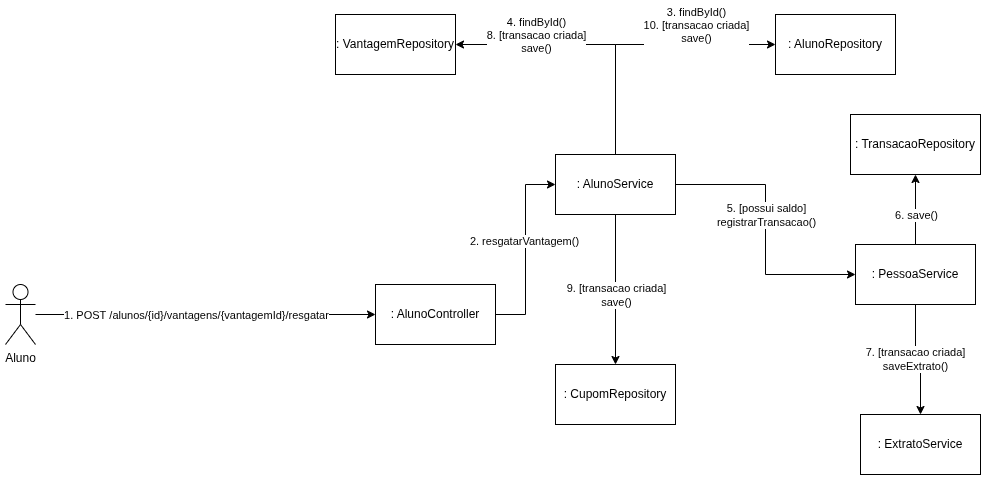
hegdt/lds-3 keeps this draw.io diagram as project/img/comm-troca-vant.drawio.png. Above is the earlier version. Source tidied: cells renumbered, new cells last; positions are measured from the earlier drawing's top-left corner, leaving out a move shared by most shapes. The source it was exported from:
```xml
<mxGraphModel>
  <root>
    <mxCell id="0" />
    <mxCell id="1" parent="0" />
    <mxCell id="2" style="edgeStyle=orthogonalEdgeStyle;rounded=0;jettySize=auto;html=1;entryX=0;entryY=0.5;entryDx=0;entryDy=0;strokeColor=default;endArrow=classic;startFill=0;endFill=1;" parent="1" edge="1" source="4" target="7">
      <mxGeometry relative="1" as="geometry" />
    </mxCell>
    <mxCell id="3" value="1. POST&amp;nbsp;/alunos/{id}/vantagens/{vantagemId}/resgatar" style="edgeLabel;html=1;align=center;verticalAlign=middle;" parent="2" vertex="1">
      <mxGeometry x="-0.23" relative="1" as="geometry">
        <mxPoint x="29" as="offset" />
      </mxGeometry>
    </mxCell>
    <mxCell id="4" value="Aluno" style="shape=umlActor;verticalLabelPosition=bottom;verticalAlign=top;html=1;outlineConnect=0;" parent="1" vertex="1">
      <mxGeometry y="270" width="30" height="60" as="geometry" />
    </mxCell>
    <mxCell id="5" style="edgeStyle=orthogonalEdgeStyle;rounded=0;jettySize=auto;html=1;entryX=0;entryY=0.5;entryDx=0;entryDy=0;endArrow=classic;startFill=0;endFill=1;" parent="1" edge="1" source="7" target="20">
      <mxGeometry relative="1" as="geometry" />
    </mxCell>
    <mxCell id="6" value="2. resgatarVantagem()" style="edgeLabel;html=1;align=center;verticalAlign=middle;" parent="5" vertex="1">
      <mxGeometry x="0.09" y="2" relative="1" as="geometry" />
    </mxCell>
    <mxCell id="7" value=": AlunoController" style="rounded=0;whiteSpace=wrap;html=1;" parent="1" vertex="1">
      <mxGeometry x="370" y="270" width="120" height="60" as="geometry" />
    </mxCell>
    <mxCell id="8" style="edgeStyle=orthogonalEdgeStyle;rounded=0;jettySize=auto;html=1;entryX=1;entryY=0.5;entryDx=0;entryDy=0;exitX=0.5;exitY=0;exitDx=0;exitDy=0;" parent="1" edge="1" source="20" target="21">
      <mxGeometry relative="1" as="geometry" />
    </mxCell>
    <mxCell id="9" value="4. findById()&lt;div&gt;8. [transacao criada]&lt;/div&gt;&lt;div&gt;save()&lt;/div&gt;" style="edgeLabel;html=1;align=center;verticalAlign=middle;" parent="8" vertex="1">
      <mxGeometry x="0.32" y="-1" relative="1" as="geometry">
        <mxPoint x="-12" y="-9" as="offset" />
      </mxGeometry>
    </mxCell>
    <mxCell id="10" style="edgeStyle=orthogonalEdgeStyle;rounded=0;jettySize=auto;html=1;entryX=0;entryY=0.5;entryDx=0;entryDy=0;exitX=0.5;exitY=0;exitDx=0;exitDy=0;" parent="1" edge="1" source="20" target="22">
      <mxGeometry relative="1" as="geometry" />
    </mxCell>
    <mxCell id="11" value="3. findById()&lt;div&gt;10. [transacao criada]&lt;/div&gt;&lt;div&gt;save()&lt;/div&gt;" style="edgeLabel;html=1;align=center;verticalAlign=middle;" parent="10" vertex="1">
      <mxGeometry x="-0.31" relative="1" as="geometry">
        <mxPoint x="80" y="-37" as="offset" />
      </mxGeometry>
    </mxCell>
    <mxCell id="12" style="edgeStyle=orthogonalEdgeStyle;rounded=0;jettySize=auto;html=1;entryX=0.5;entryY=1;entryDx=0;entryDy=0;exitX=0.5;exitY=0;exitDx=0;exitDy=0;" parent="1" edge="1" source="25" target="24">
      <mxGeometry relative="1" as="geometry" />
    </mxCell>
    <mxCell id="13" value="6.&amp;nbsp;&lt;span style=&quot;background-color: light-dark(#ffffff, var(--ge-dark-color, #121212)); color: light-dark(rgb(0, 0, 0), rgb(255, 255, 255));&quot;&gt;save()&lt;/span&gt;" style="edgeLabel;html=1;align=center;verticalAlign=middle;" parent="12" vertex="1">
      <mxGeometry x="-0.43" y="-1" relative="1" as="geometry">
        <mxPoint x="-1" y="-10" as="offset" />
      </mxGeometry>
    </mxCell>
    <mxCell id="14" style="edgeStyle=orthogonalEdgeStyle;rounded=0;jettySize=auto;html=1;entryX=0.5;entryY=0;entryDx=0;entryDy=0;exitX=0.5;exitY=1;exitDx=0;exitDy=0;" parent="1" edge="1" source="25" target="23">
      <mxGeometry relative="1" as="geometry" />
    </mxCell>
    <mxCell id="15" value="7. [transacao criada]&lt;div&gt;saveExtrato()&lt;/div&gt;" style="edgeLabel;html=1;align=center;verticalAlign=middle;" parent="14" vertex="1">
      <mxGeometry x="-0.05" y="-1" relative="1" as="geometry" />
    </mxCell>
    <mxCell id="16" style="edgeStyle=orthogonalEdgeStyle;rounded=0;jettySize=auto;html=1;entryX=0;entryY=0.5;entryDx=0;entryDy=0;" parent="1" edge="1" source="20" target="25">
      <mxGeometry relative="1" as="geometry" />
    </mxCell>
    <mxCell id="17" value="5. [possui saldo]&lt;div&gt;registrarTransacao()&lt;/div&gt;" style="edgeLabel;html=1;align=center;verticalAlign=middle;" parent="16" vertex="1">
      <mxGeometry x="-0.26" y="-2" relative="1" as="geometry">
        <mxPoint x="2" y="20" as="offset" />
      </mxGeometry>
    </mxCell>
    <mxCell id="18" style="edgeStyle=orthogonalEdgeStyle;rounded=0;jettySize=auto;html=1;entryX=0.5;entryY=0;entryDx=0;entryDy=0;" parent="1" edge="1" source="20" target="26">
      <mxGeometry relative="1" as="geometry" />
    </mxCell>
    <mxCell id="19" value="9. [transacao criada]&lt;div&gt;save()&lt;/div&gt;" style="edgeLabel;html=1;align=center;verticalAlign=middle;" parent="18" vertex="1">
      <mxGeometry x="-0.17" y="-2" relative="1" as="geometry">
        <mxPoint x="2" y="18" as="offset" />
      </mxGeometry>
    </mxCell>
    <mxCell id="20" value=": AlunoService" style="rounded=0;whiteSpace=wrap;html=1;" parent="1" vertex="1">
      <mxGeometry x="550" y="140" width="120" height="60" as="geometry" />
    </mxCell>
    <mxCell id="21" value=": VantagemRepository" style="rounded=0;whiteSpace=wrap;html=1;" parent="1" vertex="1">
      <mxGeometry x="330" width="120" height="60" as="geometry" />
    </mxCell>
    <mxCell id="22" value=": Aluno&lt;span style=&quot;background-color: transparent; color: light-dark(rgb(0, 0, 0), rgb(255, 255, 255));&quot;&gt;Repository&lt;/span&gt;" style="rounded=0;whiteSpace=wrap;html=1;" parent="1" vertex="1">
      <mxGeometry x="770" width="120" height="60" as="geometry" />
    </mxCell>
    <mxCell id="23" value=": Extrato&lt;span style=&quot;background-color: transparent; color: light-dark(rgb(0, 0, 0), rgb(255, 255, 255));&quot;&gt;Service&lt;/span&gt;" style="rounded=0;whiteSpace=wrap;html=1;" parent="1" vertex="1">
      <mxGeometry x="855" y="400" width="120" height="60" as="geometry" />
    </mxCell>
    <mxCell id="24" value=": TransacaoRepository" style="rounded=0;whiteSpace=wrap;html=1;" parent="1" vertex="1">
      <mxGeometry x="845" y="100" width="130" height="60" as="geometry" />
    </mxCell>
    <mxCell id="25" value=": Pessoa&lt;span style=&quot;background-color: transparent; color: light-dark(rgb(0, 0, 0), rgb(255, 255, 255));&quot;&gt;Service&lt;/span&gt;" style="rounded=0;whiteSpace=wrap;html=1;" parent="1" vertex="1">
      <mxGeometry x="850" y="230" width="120" height="60" as="geometry" />
    </mxCell>
    <mxCell id="26" value=": Cupom&lt;span style=&quot;background-color: transparent; color: light-dark(rgb(0, 0, 0), rgb(255, 255, 255));&quot;&gt;Repository&lt;/span&gt;" style="rounded=0;whiteSpace=wrap;html=1;" parent="1" vertex="1">
      <mxGeometry x="550" y="350" width="120" height="60" as="geometry" />
    </mxCell>
  </root>
</mxGraphModel>
```
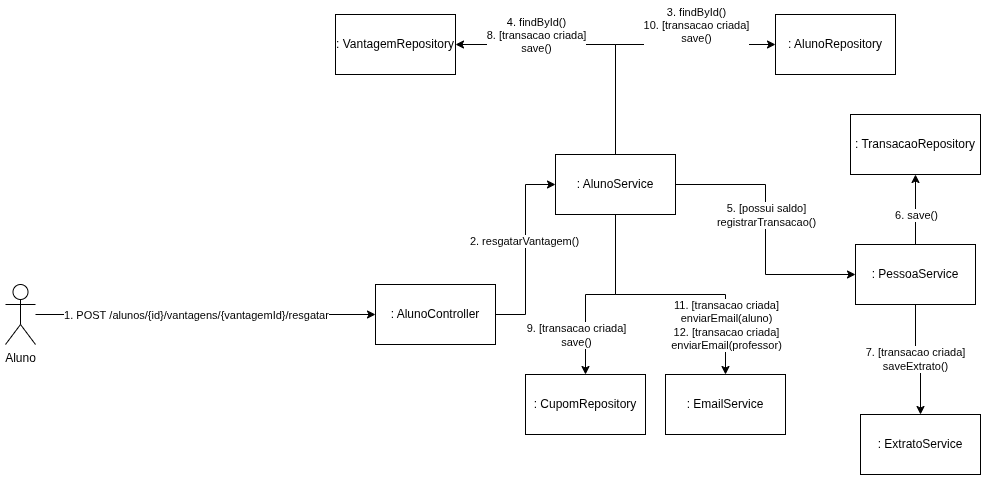
The same file after the commit.

Commit message:
add email to diagram

Diff of the diagram source:
```diff
@@ -60,14 +60,22 @@
         <mxPoint x="2" y="20" as="offset" />
       </mxGeometry>
     </mxCell>
-    <mxCell id="18" style="edgeStyle=orthogonalEdgeStyle;rounded=0;jettySize=auto;html=1;entryX=0.5;entryY=0;entryDx=0;entryDy=0;" parent="1" edge="1" source="20" target="26">
+    <mxCell id="18" style="edgeStyle=orthogonalEdgeStyle;rounded=0;jettySize=auto;html=1;entryX=0.5;entryY=0;entryDx=0;entryDy=0;exitX=0.5;exitY=1;exitDx=0;exitDy=0;" parent="1" edge="1" source="20" target="26">
       <mxGeometry relative="1" as="geometry" />
     </mxCell>
     <mxCell id="19" value="9. [transacao criada]&lt;div&gt;save()&lt;/div&gt;" style="edgeLabel;html=1;align=center;verticalAlign=middle;" parent="18" vertex="1">
       <mxGeometry x="-0.17" y="-2" relative="1" as="geometry">
-        <mxPoint x="2" y="18" as="offset" />
+        <mxPoint x="-38" y="41" as="offset" />
       </mxGeometry>
     </mxCell>
+    <mxCell id="27" style="edgeStyle=orthogonalEdgeStyle;rounded=0;jettySize=auto;html=1;entryX=0.5;entryY=0;entryDx=0;entryDy=0;" parent="1" edge="1" source="20" target="29">
+      <mxGeometry relative="1" as="geometry" />
+    </mxCell>
+    <mxCell id="28" value="11. [transacao criada]&lt;div&gt;enviarEmail(aluno)&lt;/div&gt;&lt;div&gt;12. [transacao criada]&lt;div&gt;enviarEmail(professor)&lt;/div&gt;&lt;/div&gt;" style="edgeLabel;html=1;align=center;verticalAlign=middle;" parent="27" vertex="1">
+      <mxGeometry x="-0.07" y="-2" relative="1" as="geometry">
+        <mxPoint x="64" y="28" as="offset" />
+      </mxGeometry>
+    </mxCell>
     <mxCell id="20" value=": AlunoService" style="rounded=0;whiteSpace=wrap;html=1;" parent="1" vertex="1">
       <mxGeometry x="550" y="140" width="120" height="60" as="geometry" />
     </mxCell>
@@ -87,7 +95,10 @@
       <mxGeometry x="850" y="230" width="120" height="60" as="geometry" />
     </mxCell>
     <mxCell id="26" value=": Cupom&lt;span style=&quot;background-color: transparent; color: light-dark(rgb(0, 0, 0), rgb(255, 255, 255));&quot;&gt;Repository&lt;/span&gt;" style="rounded=0;whiteSpace=wrap;html=1;" parent="1" vertex="1">
-      <mxGeometry x="550" y="350" width="120" height="60" as="geometry" />
+      <mxGeometry x="520" y="360" width="120" height="60" as="geometry" />
     </mxCell>
+    <mxCell id="29" value=": EmailService" style="rounded=0;whiteSpace=wrap;html=1;" parent="1" vertex="1">
+      <mxGeometry x="660" y="360" width="120" height="60" as="geometry" />
+    </mxCell>
   </root>
 </mxGraphModel>
```
